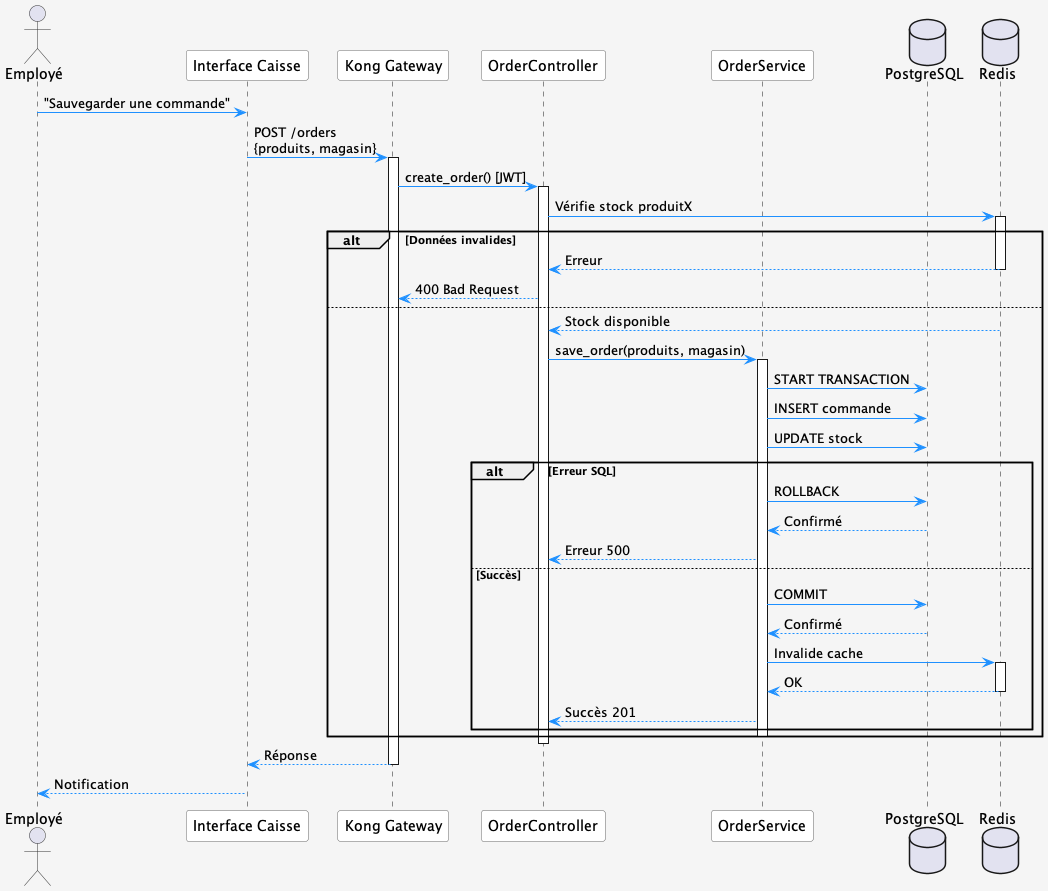
This is out/documentation/UML/Processus/SequenceSaveOrder/Sauvegarder une commande.png from ErwanDerrien/GestionnaireMagasin, a PlantUML export, as it was before one commit.
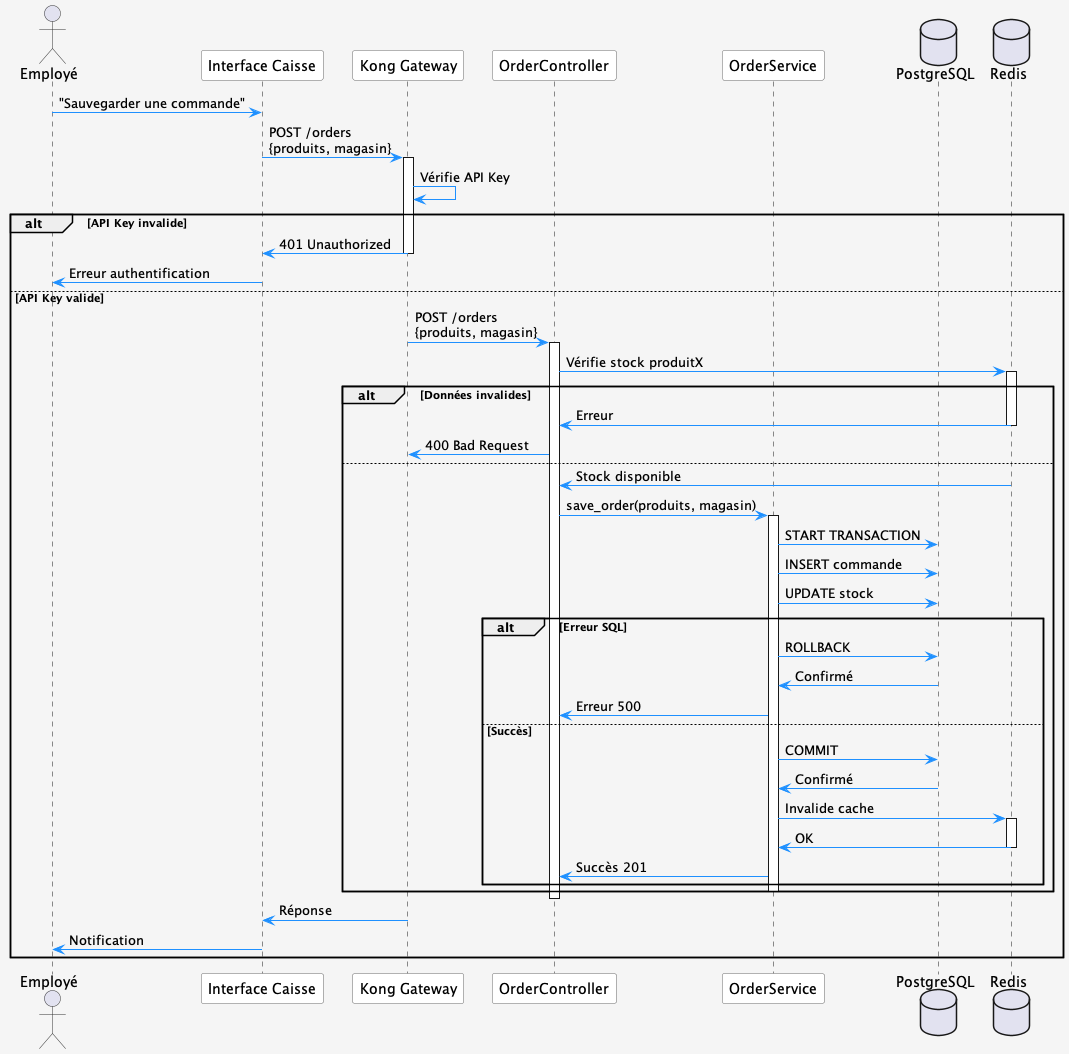
The same file after the commit.

Change to the diagram source:
```diff
@@ -20,44 +20,54 @@
 ge -> in : "Sauvegarder une commande"
 in -> api : POST /orders\n{produits, magasin}
 activate api
-api -> co : create_order() [JWT]
-activate co
 
-co -> cache : Vérifie stock produitX
-activate cache
-alt Données invalides
-    cache --> co : Erreur
-    deactivate cache
-    co --> api : 400 Bad Request
-else
-    cache --> co : Stock disponible
-    deactivate cache
-    co -> se : save_order(produits, magasin)
-    activate se
+api -> api : Vérifie API Key
 
-    se -> db : START TRANSACTION
-    se -> db : INSERT commande
-    se -> db : UPDATE stock
-    alt Erreur SQL
-        se -> db : ROLLBACK
-        db --> se : Confirmé
-        se --> co : Erreur 500
-    else Succès
-        se -> db : COMMIT
-        db --> se : Confirmé
-        se -> cache : Invalide cache
-        activate cache
-        cache --> se : OK
+alt API Key invalide
+    api -> in : 401 Unauthorized
+    deactivate api
+    in -> ge : Erreur authentification
+    deactivate in
+else API Key valide
+    api -> co : POST /orders\n{produits, magasin}
+    activate co
+
+    co -> cache : Vérifie stock produitX
+    activate cache
+    alt Données invalides
+        cache -> co : Erreur
         deactivate cache
-        se --> co : Succès 201
+        co -> api : 400 Bad Request
+    else
+        cache -> co : Stock disponible
+        deactivate cache
+        co -> se : save_order(produits, magasin)
+        activate se
+
+        se -> db : START TRANSACTION
+        se -> db : INSERT commande
+        se -> db : UPDATE stock
+        alt Erreur SQL
+            se -> db : ROLLBACK
+            db -> se : Confirmé
+            se -> co : Erreur 500
+        else Succès
+            se -> db : COMMIT
+            db -> se : Confirmé
+            se -> cache : Invalide cache
+            activate cache
+            cache -> se : OK
+            deactivate cache
+            se -> co : Succès 201
+        end
+        deactivate se
     end
-    deactivate se
+
+    deactivate co
+    api -> in : Réponse
+    deactivate api
+    in -> ge : Notification
+    deactivate in
 end
 
-deactivate co
-api --> in : Réponse
-deactivate api
-in --> ge : Notification
-deactivate in
-
 @enduml
```
